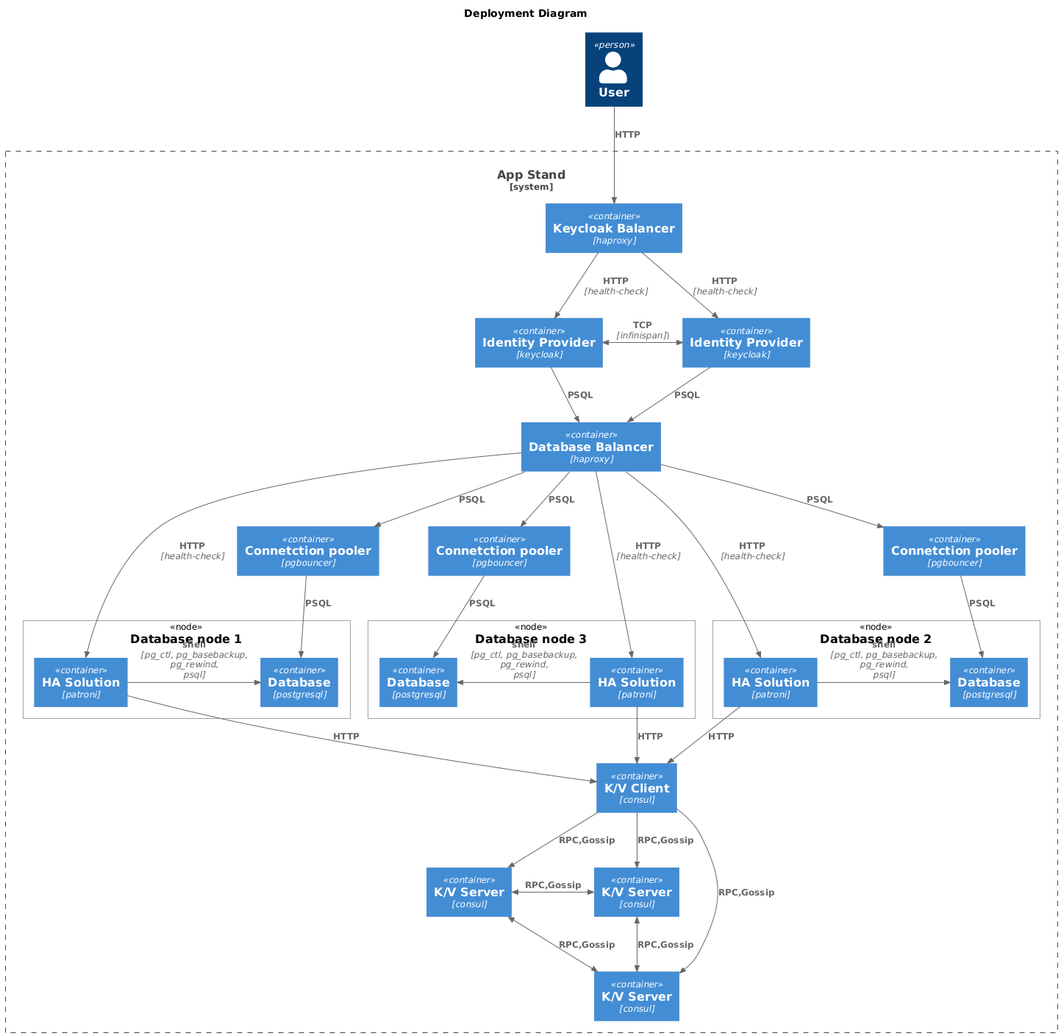
pgalonza/keycloak-postgresql-ha keeps this PlantUML diagram as docs/c4-deployment-diagram.png. Above is the earlier version.
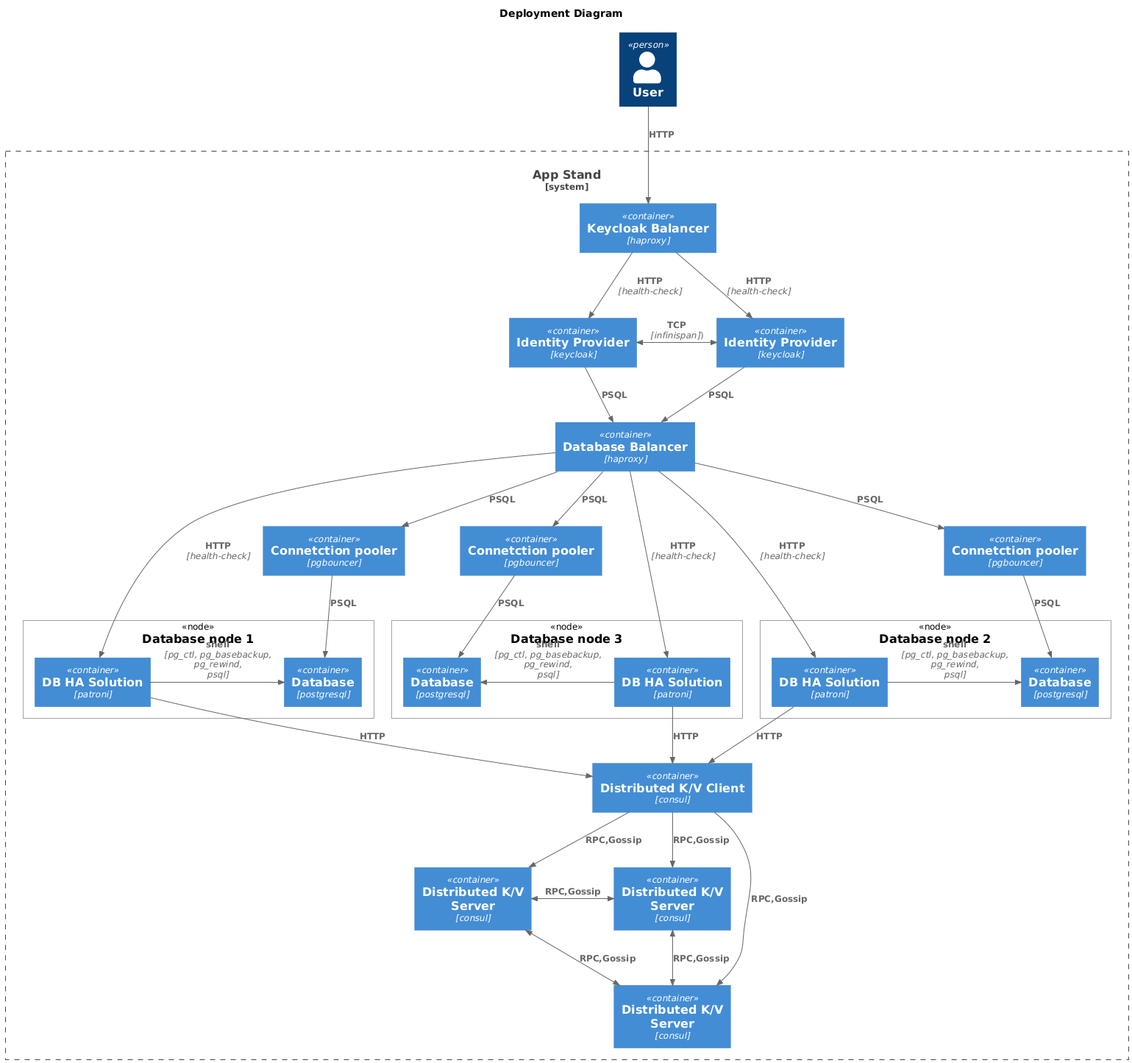
The same diagram one commit later.

What changed in the source:
```diff
@@ -21,17 +21,17 @@
 
 Deployment_Node(node1, "Database node 1"){
     Container(postgresql1, "Database", "postgresql")
-    Container(patroni1, "HA Solution", "patroni")
+    Container(patroni1, "DB HA Solution", "patroni")
     Rel_L(patroni1, postgresql1, "shell", "pg_ctl, pg_basebackup, pg_rewind, psql")
 }
 Deployment_Node(node2, "Database node 2"){
     Container(postgresql2, "Database", "postgresql")
-    Container(patroni2, "HA Solution", "patroni")
+    Container(patroni2, "DB HA Solution", "patroni")
     Rel_L(patroni2, postgresql2, "shell", "pg_ctl, pg_basebackup, pg_rewind, psql")
 }
 Deployment_Node(node3, "Database node 3"){
     Container(postgresql3, "Database", "postgresql")
-    Container(patroni3, "HA Solution", "patroni")
+    Container(patroni3, "DB HA Solution", "patroni")
     Rel_L(patroni3, postgresql3, "shell", "pg_ctl, pg_basebackup, pg_rewind, psql")
 }
 
@@ -49,15 +49,14 @@
 Rel_D(pgbouncer2, postgresql2, "PSQL")
 Rel_D(pgbouncer3, postgresql3, "PSQL")
 
-Container(consul_client1, "K/V Client", "consul")
+Container(consul_client1, "Distributed K/V Client", "consul")
 Rel_D(patroni1,consul_client1, "HTTP")
 Rel_D(patroni2,consul_client1, "HTTP")
 Rel_D(patroni3,consul_client1, "HTTP")
 
-
-Container(consul_server1, "K/V Server", "consul")
-Container(consul_server2, "K/V Server", "consul")
-Container(consul_server3, "K/V Server", "consul")
+Container(consul_server1, "Distributed K/V Server", "consul")
+Container(consul_server2, "Distributed K/V Server", "consul")
+Container(consul_server3, "Distributed K/V Server", "consul")
 
 Rel(consul_client1, consul_server1, "RPC,Gossip")
 Rel(consul_client1, consul_server2, "RPC,Gossip")
```
